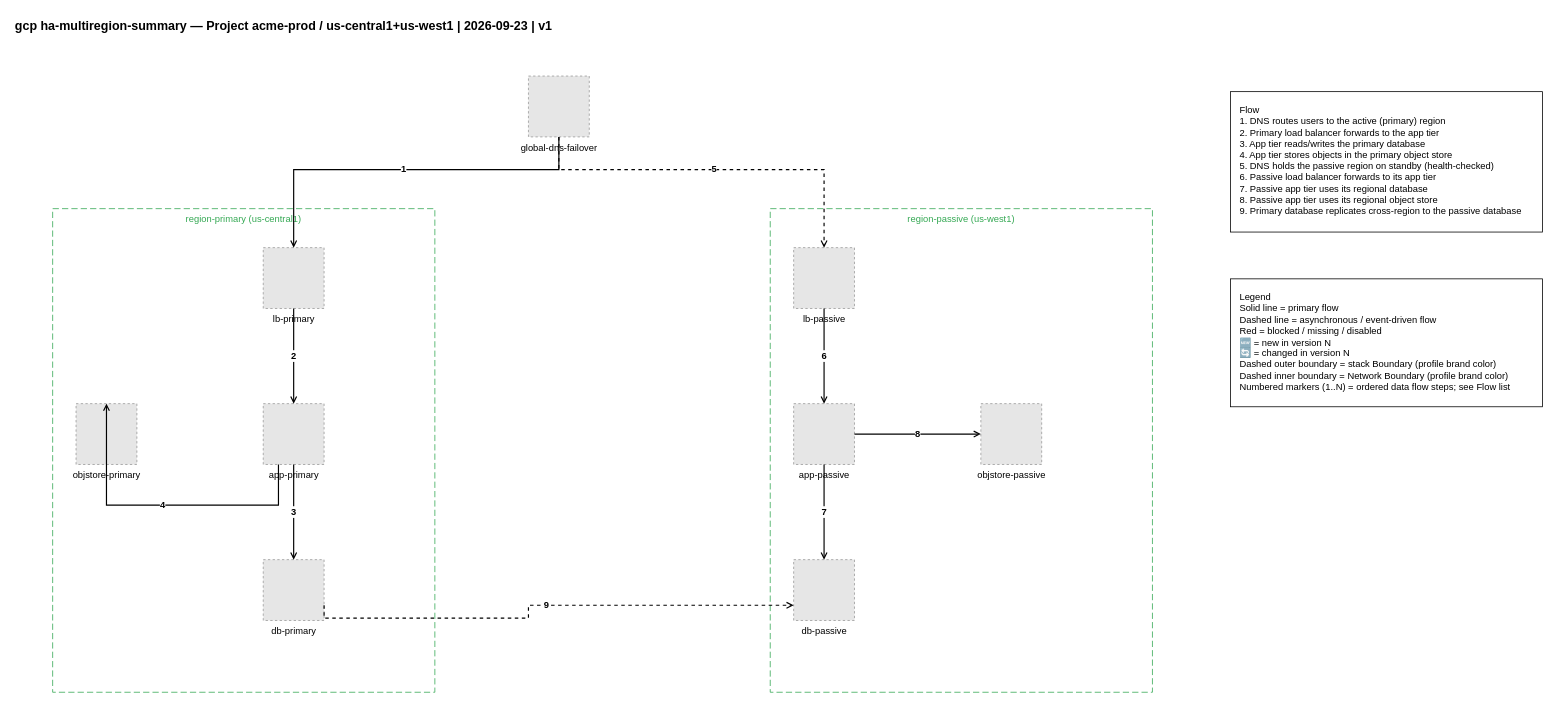
totoshko88/Cloud_Architecture keeps this draw.io diagram as examples/gcp/02-gcp-ha-multiregion-summary.drawio. Above is the earlier version. Source tidied: cells renumbered, new cells numbered last; positions are measured from the earlier drawing's top-left corner, leaving out a move shared by most shapes. Both pictures are drawn from the tidied source at 78%, with x=0, y=0 at pixel (13, 13). Pictures stored in the file or linked from it are replaced by grey dashed boxes.
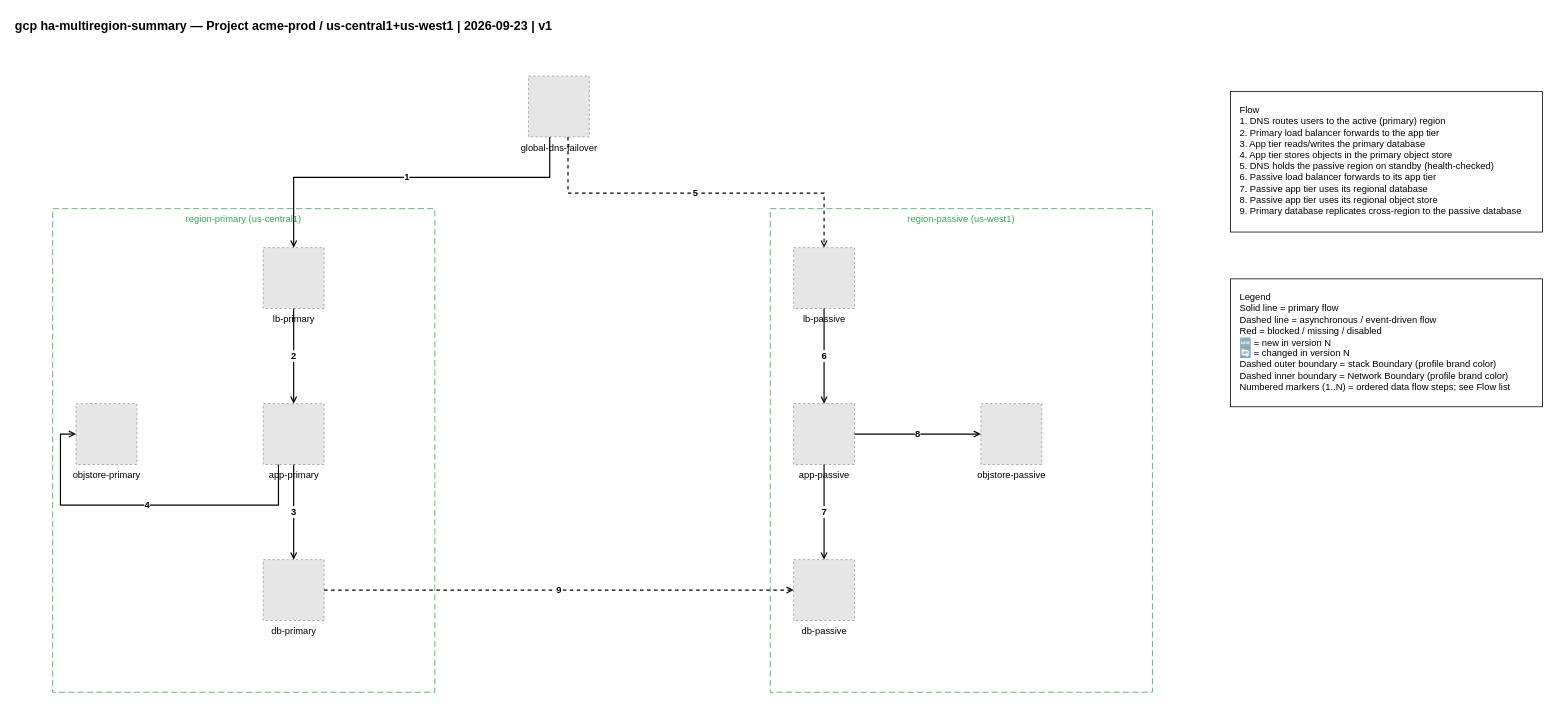
Above is the later version.

The change refers to these unchanged cells:
```xml
<mxCell id="5" value="global-dns-failover" style="fillColor=#E6E6E6;strokeColor=#999999;dashed=1;verticalLabelPosition=bottom;verticalAlign=top;html=1;align=center;fontSize=12;" parent="1" vertex="1">
  <mxGeometry x="660" y="80" width="78" height="78" as="geometry" />
</mxCell>
<mxCell id="6" value="lb-primary" style="fillColor=#E6E6E6;strokeColor=#999999;dashed=1;verticalLabelPosition=bottom;verticalAlign=top;html=1;align=center;fontSize=12;" parent="1" vertex="1">
  <mxGeometry x="320" y="300" width="78" height="78" as="geometry" />
</mxCell>
<mxCell id="7" value="app-primary" style="fillColor=#E6E6E6;strokeColor=#999999;dashed=1;verticalLabelPosition=bottom;verticalAlign=top;html=1;align=center;fontSize=12;" parent="1" vertex="1">
  <mxGeometry x="320" y="500" width="78" height="78" as="geometry" />
</mxCell>
<mxCell id="8" value="db-primary" style="fillColor=#E6E6E6;strokeColor=#999999;dashed=1;verticalLabelPosition=bottom;verticalAlign=top;html=1;align=center;fontSize=12;" parent="1" vertex="1">
  <mxGeometry x="320" y="700" width="78" height="78" as="geometry" />
</mxCell>
<mxCell id="9" value="objstore-primary" style="fillColor=#E6E6E6;strokeColor=#999999;dashed=1;verticalLabelPosition=bottom;verticalAlign=top;html=1;align=center;fontSize=12;" parent="1" vertex="1">
  <mxGeometry x="80" y="500" width="78" height="78" as="geometry" />
</mxCell>
<mxCell id="10" value="lb-passive" style="fillColor=#E6E6E6;strokeColor=#999999;dashed=1;verticalLabelPosition=bottom;verticalAlign=top;html=1;align=center;fontSize=12;" parent="1" vertex="1">
  <mxGeometry x="1000" y="300" width="78" height="78" as="geometry" />
</mxCell>
<mxCell id="12" value="db-passive" style="fillColor=#E6E6E6;strokeColor=#999999;dashed=1;verticalLabelPosition=bottom;verticalAlign=top;html=1;align=center;fontSize=12;" parent="1" vertex="1">
  <mxGeometry x="1000" y="700" width="78" height="78" as="geometry" />
</mxCell>
```

The edit, as a diff of the source:
```diff
@@
-    <mxCell id="14" value="1" style="edgeStyle=orthogonalEdgeStyle;rounded=0;html=1;endArrow=open;endFill=0;strokeWidth=1.5;exitX=0.5;exitY=1.0;exitDx=0;exitDy=0;exitPerimeter=0;entryX=0.5;entryY=0.0;entryDx=0;entryDy=0;fontSize=12;fontStyle=1;" parent="1" edge="1" source="5" target="6">
+    <mxCell id="14" value="1" style="edgeStyle=orthogonalEdgeStyle;rounded=0;html=1;endArrow=open;endFill=0;strokeWidth=1.5;exitX=0.35;exitY=1.0;exitDx=0;exitDy=0;exitPerimeter=0;entryX=0.5;entryY=0.0;entryDx=0;entryDy=0;fontSize=12;fontStyle=1;" parent="1" edge="1" source="5" target="6">
       <mxGeometry relative="1" as="geometry">
         <Array as="points">
-          <mxPoint x="699" y="200" />
-          <mxPoint x="359" y="200" />
+          <mxPoint x="687" y="210" />
+          <mxPoint x="359" y="210" />
         </Array>
       </mxGeometry>
     </mxCell>
@@
-    <mxCell id="17" value="4" style="edgeStyle=orthogonalEdgeStyle;rounded=0;html=1;endArrow=open;endFill=0;strokeWidth=1.5;exitX=0.25;exitY=1.0;exitDx=0;exitDy=0;exitPerimeter=0;entryX=0.5;entryY=0.0;entryDx=0;entryDy=0;fontSize=12;fontStyle=1;" parent="1" edge="1" source="7" target="9">
+    <mxCell id="17" value="4" style="edgeStyle=orthogonalEdgeStyle;rounded=0;html=1;endArrow=open;endFill=0;strokeWidth=1.5;exitX=0.25;exitY=1.0;exitDx=0;exitDy=0;exitPerimeter=0;entryX=0.0;entryY=0.5;entryDx=0;entryDy=0;fontSize=12;fontStyle=1;" parent="1" edge="1" source="7" target="9">
       <mxGeometry relative="1" as="geometry">
         <Array as="points">
           <mxPoint x="339" y="630" />
-          <mxPoint x="119" y="630" />
+          <mxPoint x="60" y="630" />
+          <mxPoint x="60" y="539" />
         </Array>
       </mxGeometry>
     </mxCell>
-    <mxCell id="18" value="5" style="edgeStyle=orthogonalEdgeStyle;rounded=0;html=1;endArrow=open;endFill=0;strokeWidth=1.5;dashed=1;exitX=0.5;exitY=1.0;exitDx=0;exitDy=0;exitPerimeter=0;entryX=0.5;entryY=0.0;entryDx=0;entryDy=0;fontSize=12;fontStyle=1;" parent="1" edge="1" source="5" target="10">
+    <mxCell id="18" value="5" style="edgeStyle=orthogonalEdgeStyle;rounded=0;html=1;endArrow=open;endFill=0;strokeWidth=1.5;dashed=1;exitX=0.65;exitY=1.0;exitDx=0;exitDy=0;exitPerimeter=0;entryX=0.5;entryY=0.0;entryDx=0;entryDy=0;fontSize=12;fontStyle=1;" parent="1" edge="1" source="5" target="10">
       <mxGeometry relative="1" as="geometry">
         <Array as="points">
-          <mxPoint x="699" y="200" />
-          <mxPoint x="1039" y="200" />
+          <mxPoint x="711" y="230" />
+          <mxPoint x="1039" y="230" />
         </Array>
       </mxGeometry>
     </mxCell>
@@
-    <mxCell id="22" value="9" style="edgeStyle=orthogonalEdgeStyle;rounded=0;html=1;endArrow=open;endFill=0;strokeWidth=1.5;dashed=1;exitX=1.0;exitY=0.75;exitDx=0;exitDy=0;exitPerimeter=0;entryX=0.0;entryY=0.75;entryDx=0;entryDy=0;fontSize=12;fontStyle=1;" parent="1" edge="1" source="8" target="12">
-      <mxGeometry relative="1" as="geometry">
-        <Array as="points">
-          <mxPoint x="660" y="775" />
-        </Array>
-      </mxGeometry>
+    <mxCell id="22" value="9" style="edgeStyle=orthogonalEdgeStyle;rounded=0;html=1;endArrow=open;endFill=0;strokeWidth=1.5;dashed=1;exitX=1.0;exitY=0.5;exitDx=0;exitDy=0;exitPerimeter=0;entryX=0.0;entryY=0.5;entryDx=0;entryDy=0;fontSize=12;fontStyle=1;" parent="1" edge="1" source="8" target="12">
+      <mxGeometry relative="1" as="geometry" />
     </mxCell>
```
